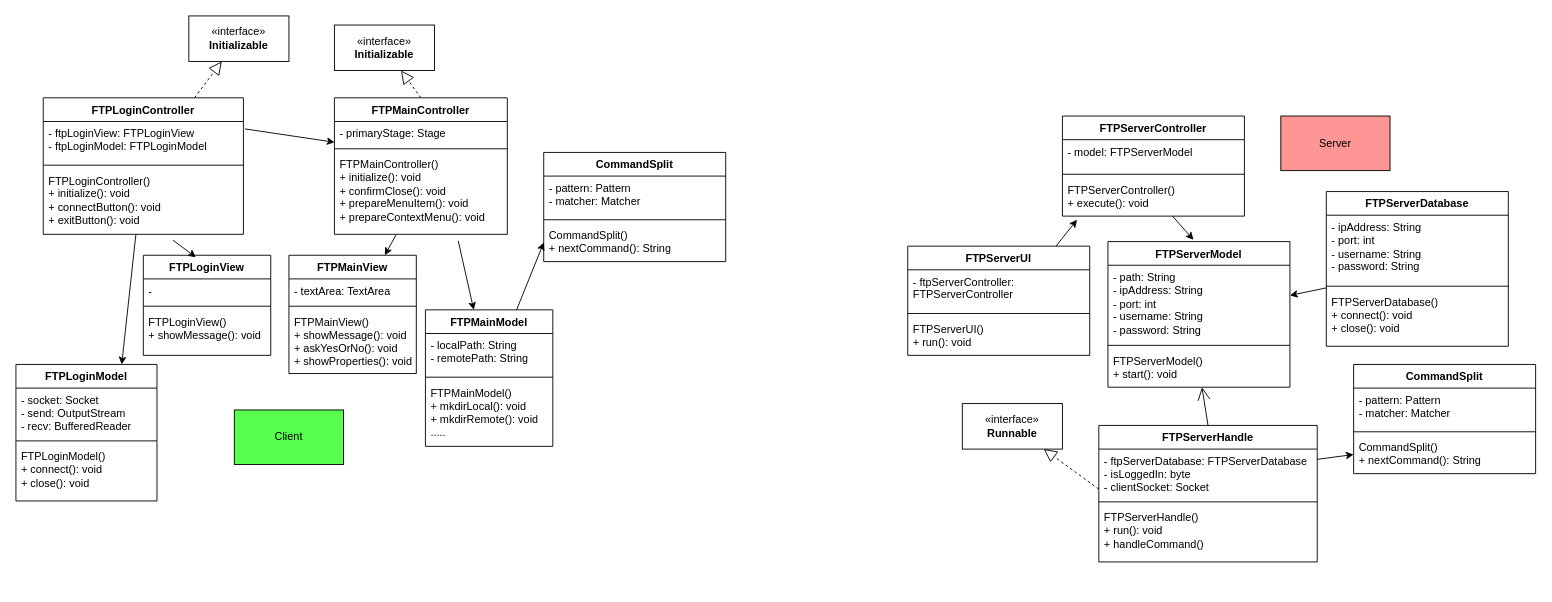
Above: page "Sơ đồ lớp phân rã" (3 of 3) of TL.drawio in KhanhNguyen9872/ftp-simulation-java (draw.io), before the change. Source tidied: cells renumbered, new cells numbered last; positions are measured from the earlier drawing's top-left corner, leaving out a move shared by most shapes. Both pictures are drawn from the tidied source at 91%, with x=0, y=0 at pixel (15, 15).
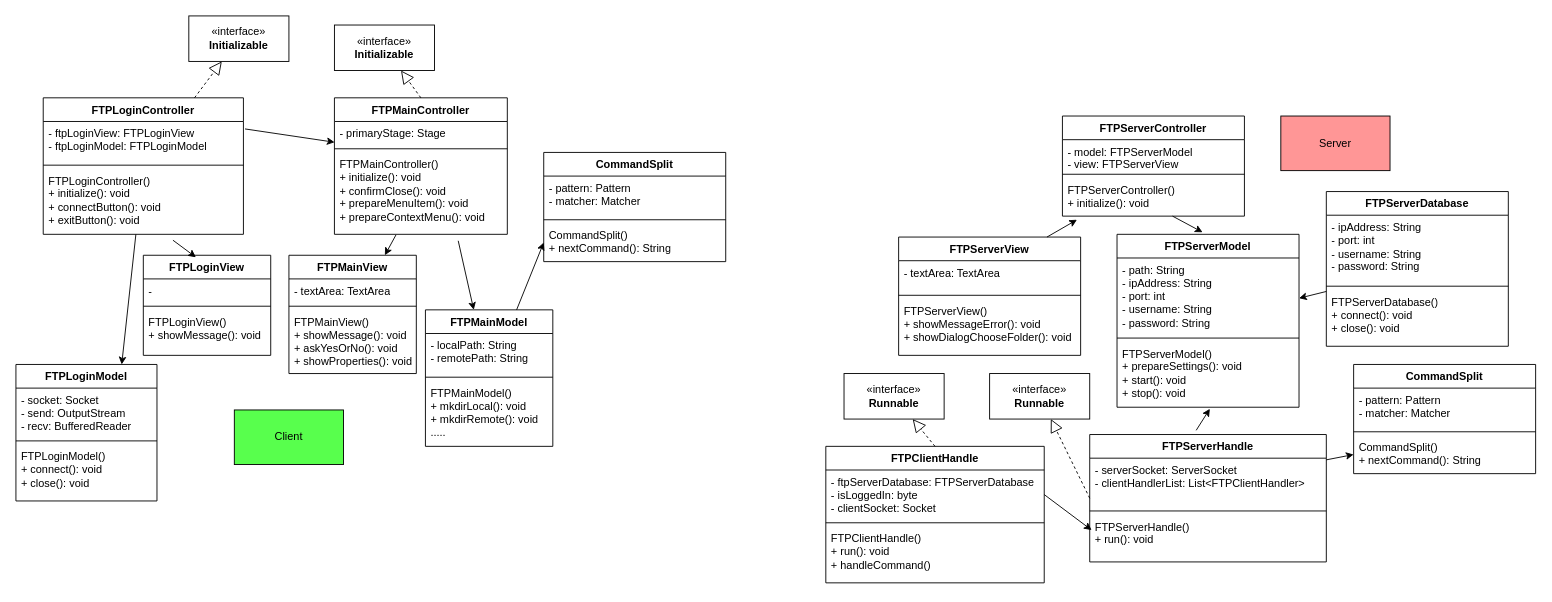
Above is the later version.

The change refers to these unchanged cells:
```xml
<mxCell id="50" value="FTPServerController" style="swimlane;fontStyle=1;align=center;verticalAlign=top;horizontal=1;startSize=26;whiteSpace=wrap;html=1;" parent="1" vertex="1">
  <mxGeometry x="1150" y="110" width="200" height="110" as="geometry" />
</mxCell>
```

The edit, as a diff of the source:
```diff
@@
-    <mxCell id="42" value="FTPServerUI" style="swimlane;fontStyle=1;align=center;verticalAlign=top;horizontal=1;startSize=26;whiteSpace=wrap;html=1;" parent="1" vertex="1">
-      <mxGeometry x="980" y="253" width="200" height="120" as="geometry" />
+    <mxCell id="42" value="FTPServerView" style="swimlane;fontStyle=1;align=center;verticalAlign=top;horizontal=1;startSize=26;whiteSpace=wrap;html=1;" parent="1" vertex="1">
+      <mxGeometry x="970" y="243" width="200" height="130" as="geometry" />
     </mxCell>
-    <mxCell id="43" value="- ftpServerController: FTPServerController" style="text;strokeColor=none;fillColor=none;align=left;verticalAlign=top;spacingLeft=4;spacingRight=4;overflow=hidden;whiteSpace=wrap;html=1;" parent="42" vertex="1">
-      <mxGeometry y="26" width="200" height="44" as="geometry" />
+    <mxCell id="43" value="- textArea: TextArea" style="text;strokeColor=none;fillColor=none;align=left;verticalAlign=top;spacingLeft=4;spacingRight=4;overflow=hidden;whiteSpace=wrap;html=1;" parent="42" vertex="1">
+      <mxGeometry y="26" width="200" height="34" as="geometry" />
     </mxCell>
     <mxCell id="44" style="line;strokeWidth=1;fillColor=none;align=left;verticalAlign=middle;spacingTop=-1;spacingLeft=3;spacingRight=3;labelPosition=right;strokeColor=inherit;" parent="42" vertex="1">
-      <mxGeometry y="70" width="200" height="8" as="geometry" />
+      <mxGeometry y="60" width="200" height="8" as="geometry" />
     </mxCell>
-    <mxCell id="45" value="FTPServerUI()&lt;br&gt;+ run(): void" style="text;strokeColor=none;fillColor=none;align=left;verticalAlign=top;spacingLeft=4;spacingRight=4;overflow=hidden;whiteSpace=wrap;html=1;" parent="42" vertex="1">
-      <mxGeometry y="78" width="200" height="42" as="geometry" />
+    <mxCell id="45" value="FTPServerView()&lt;br style=&quot;border-color: var(--border-color);&quot;&gt;+&amp;nbsp;showMessageError(): void&lt;br style=&quot;border-color: var(--border-color);&quot;&gt;+ showDialogChooseFolder(): void" style="text;strokeColor=none;fillColor=none;align=left;verticalAlign=top;spacingLeft=4;spacingRight=4;overflow=hidden;whiteSpace=wrap;html=1;" parent="42" vertex="1">
+      <mxGeometry y="68" width="200" height="62" as="geometry" />
     </mxCell>
     <mxCell id="46" value="FTPServerModel" style="swimlane;fontStyle=1;align=center;verticalAlign=top;horizontal=1;startSize=26;whiteSpace=wrap;html=1;" parent="1" vertex="1">
-      <mxGeometry x="1200" y="248" width="200" height="160" as="geometry" />
+      <mxGeometry x="1210" y="240" width="200" height="190" as="geometry" />
     </mxCell>
@@
-    <mxCell id="49" value="FTPServerModel()&lt;br&gt;+ start(): void" style="text;strokeColor=none;fillColor=none;align=left;verticalAlign=top;spacingLeft=4;spacingRight=4;overflow=hidden;points=[[0,0.5],[1,0.5]];portConstraint=eastwest;whiteSpace=wrap;html=1;" parent="46" vertex="1">
-      <mxGeometry y="118" width="200" height="42" as="geometry" />
+    <mxCell id="49" value="FTPServerModel()&lt;br style=&quot;border-color: var(--border-color);&quot;&gt;+&amp;nbsp;prepareSettings(): void&lt;div style=&quot;border-color: var(--border-color); background-color: rgb(47, 47, 47); padding: 0px 0px 0px 2px;&quot;&gt;&lt;div style=&quot;border-color: var(--border-color); color: rgb(170, 170, 170); font-family: &amp;quot;Courier New&amp;quot;; font-size: 8pt;&quot;&gt;&lt;p style=&quot;border-color: var(--border-color); background-color: rgb(55, 55, 55); margin: 0px;&quot;&gt;&lt;/p&gt;&lt;/div&gt;&lt;/div&gt;+ start(): void&lt;br style=&quot;border-color: var(--border-color);&quot;&gt;+ stop(): void" style="text;strokeColor=none;fillColor=none;align=left;verticalAlign=top;spacingLeft=4;spacingRight=4;overflow=hidden;points=[[0,0.5],[1,0.5]];portConstraint=eastwest;whiteSpace=wrap;html=1;" parent="46" vertex="1">
+      <mxGeometry y="118" width="200" height="72" as="geometry" />
     </mxCell>
@@
-    <mxCell id="51" value="- model: FTPServerModel" style="text;strokeColor=none;fillColor=none;align=left;verticalAlign=top;spacingLeft=4;spacingRight=4;overflow=hidden;whiteSpace=wrap;html=1;" parent="50" vertex="1">
+    <mxCell id="51" value="- model: FTPServerModel&lt;br style=&quot;border-color: var(--border-color);&quot;&gt;- view: FTPServerView" style="text;strokeColor=none;fillColor=none;align=left;verticalAlign=top;spacingLeft=4;spacingRight=4;overflow=hidden;whiteSpace=wrap;html=1;" parent="50" vertex="1">
       <mxGeometry y="26" width="200" height="34" as="geometry" />
     </mxCell>
@@
-    <mxCell id="53" value="FTPServerController()&lt;br&gt;+ execute(): void" style="text;strokeColor=none;fillColor=none;align=left;verticalAlign=top;spacingLeft=4;spacingRight=4;overflow=hidden;points=[[0,0.5],[1,0.5]];portConstraint=eastwest;whiteSpace=wrap;html=1;" parent="50" vertex="1">
+    <mxCell id="53" value="FTPServerController()&lt;br style=&quot;border-color: var(--border-color);&quot;&gt;+&amp;nbsp;initialize(): void" style="text;strokeColor=none;fillColor=none;align=left;verticalAlign=top;spacingLeft=4;spacingRight=4;overflow=hidden;points=[[0,0.5],[1,0.5]];portConstraint=eastwest;whiteSpace=wrap;html=1;" parent="50" vertex="1">
       <mxGeometry y="68" width="200" height="42" as="geometry" />
     </mxCell>
@@
     <mxCell id="58" value="FTPServerHandle" style="swimlane;fontStyle=1;align=center;verticalAlign=top;horizontal=1;startSize=26;whiteSpace=wrap;html=1;" parent="1" vertex="1">
-      <mxGeometry x="1190" y="450" width="240" height="150" as="geometry" />
+      <mxGeometry x="1180" y="460" width="260" height="140" as="geometry" />
     </mxCell>
-    <mxCell id="59" value="- ftpServerDatabase: FTPServerDatabase&lt;br&gt;- isLoggedIn: byte&lt;br&gt;- clientSocket: Socket" style="text;strokeColor=none;fillColor=none;align=left;verticalAlign=top;spacingLeft=4;spacingRight=4;overflow=hidden;points=[[0,0.5],[1,0.5]];portConstraint=eastwest;whiteSpace=wrap;html=1;" parent="58" vertex="1">
-      <mxGeometry y="26" width="240" height="54" as="geometry" />
+    <mxCell id="59" value="- serverSocket: ServerSocket&lt;br&gt;- clientHandlerList: List&amp;lt;FTPClientHandler&amp;gt;" style="text;strokeColor=none;fillColor=none;align=left;verticalAlign=top;spacingLeft=4;spacingRight=4;overflow=hidden;points=[[0,0.5],[1,0.5]];portConstraint=eastwest;whiteSpace=wrap;html=1;" parent="58" vertex="1">
+      <mxGeometry y="26" width="260" height="54" as="geometry" />
     </mxCell>
     <mxCell id="60" style="line;strokeWidth=1;fillColor=none;align=left;verticalAlign=middle;spacingTop=-1;spacingLeft=3;spacingRight=3;labelPosition=right;strokeColor=inherit;" parent="58" vertex="1">
-      <mxGeometry y="80" width="240" height="8" as="geometry" />
+      <mxGeometry y="80" width="260" height="8" as="geometry" />
     </mxCell>
-    <mxCell id="61" value="FTPServerHandle()&lt;br&gt;+ run(): void&lt;br&gt;+ handleCommand()" style="text;strokeColor=none;fillColor=none;align=left;verticalAlign=top;spacingLeft=4;spacingRight=4;overflow=hidden;points=[[0,0.5],[1,0.5]];portConstraint=eastwest;whiteSpace=wrap;html=1;" parent="58" vertex="1">
-      <mxGeometry y="88" width="240" height="62" as="geometry" />
+    <mxCell id="61" value="FTPServerHandle()&lt;br&gt;+ run(): void&lt;br&gt;" style="text;strokeColor=none;fillColor=none;align=left;verticalAlign=top;spacingLeft=4;spacingRight=4;overflow=hidden;points=[[0,0.5],[1,0.5]];portConstraint=eastwest;whiteSpace=wrap;html=1;" parent="58" vertex="1">
+      <mxGeometry y="88" width="260" height="52" as="geometry" />
     </mxCell>
@@
-    <mxCell id="65" style="endArrow=open;endFill=1;endSize=12;html=1;rounded=0;exitX=0.5;exitY=0;exitDx=0;exitDy=0;" parent="1" edge="1" source="58" target="49">
-      <mxGeometry relative="1" as="geometry" />
-    </mxCell>
     <mxCell id="66" value="«interface»&lt;br&gt;&lt;b&gt;Runnable&lt;/b&gt;" style="html=1;whiteSpace=wrap;" parent="1" vertex="1">
-      <mxGeometry x="1040" y="426" width="110" height="50" as="geometry" />
+      <mxGeometry x="1070" y="393" width="110" height="50" as="geometry" />
     </mxCell>
@@
+    <mxCell id="65" style="endArrow=classic;html=1;rounded=0;exitX=0.45;exitY=-0.033;exitDx=0;exitDy=0;exitPerimeter=0;entryX=0.51;entryY=1.024;entryDx=0;entryDy=0;entryPerimeter=0;" parent="1" edge="1" source="58" target="49">
+      <mxGeometry relative="1" as="geometry" />
+    </mxCell>
+    <mxCell id="73" value="FTPClientHandle" style="swimlane;fontStyle=1;align=center;verticalAlign=top;horizontal=1;startSize=26;whiteSpace=wrap;html=1;" parent="1" vertex="1">
+      <mxGeometry x="890" y="473" width="240" height="150" as="geometry" />
+    </mxCell>
+    <mxCell id="74" value="- ftpServerDatabase: FTPServerDatabase&lt;br&gt;- isLoggedIn: byte&lt;br&gt;- clientSocket: Socket" style="text;strokeColor=none;fillColor=none;align=left;verticalAlign=top;spacingLeft=4;spacingRight=4;overflow=hidden;points=[[0,0.5],[1,0.5]];portConstraint=eastwest;whiteSpace=wrap;html=1;" parent="73" vertex="1">
+      <mxGeometry y="26" width="240" height="54" as="geometry" />
+    </mxCell>
+    <mxCell id="75" style="line;strokeWidth=1;fillColor=none;align=left;verticalAlign=middle;spacingTop=-1;spacingLeft=3;spacingRight=3;labelPosition=right;strokeColor=inherit;" parent="73" vertex="1">
+      <mxGeometry y="80" width="240" height="8" as="geometry" />
+    </mxCell>
+    <mxCell id="76" value="FTPClientHandle()&lt;br&gt;+ run(): void&lt;br&gt;+ handleCommand()" style="text;strokeColor=none;fillColor=none;align=left;verticalAlign=top;spacingLeft=4;spacingRight=4;overflow=hidden;whiteSpace=wrap;html=1;" parent="73" vertex="1">
+      <mxGeometry y="88" width="240" height="62" as="geometry" />
+    </mxCell>
+    <mxCell id="77" value="«interface»&lt;br&gt;&lt;b&gt;Runnable&lt;/b&gt;" style="html=1;whiteSpace=wrap;" parent="1" vertex="1">
+      <mxGeometry x="910" y="393" width="110" height="50" as="geometry" />
+    </mxCell>
+    <mxCell id="78" style="endArrow=block;dashed=1;endFill=0;endSize=12;html=1;rounded=0;exitX=0.5;exitY=0;exitDx=0;exitDy=0;" parent="1" edge="1" source="73" target="77">
+      <mxGeometry relative="1" as="geometry" />
+    </mxCell>
+    <mxCell id="79" style="endArrow=classic;html=1;rounded=0;exitX=1;exitY=0.5;exitDx=0;exitDy=0;entryX=0.008;entryY=0.327;entryDx=0;entryDy=0;entryPerimeter=0;" parent="1" edge="1" source="74" target="61">
+      <mxGeometry relative="1" as="geometry" />
+    </mxCell>
```
